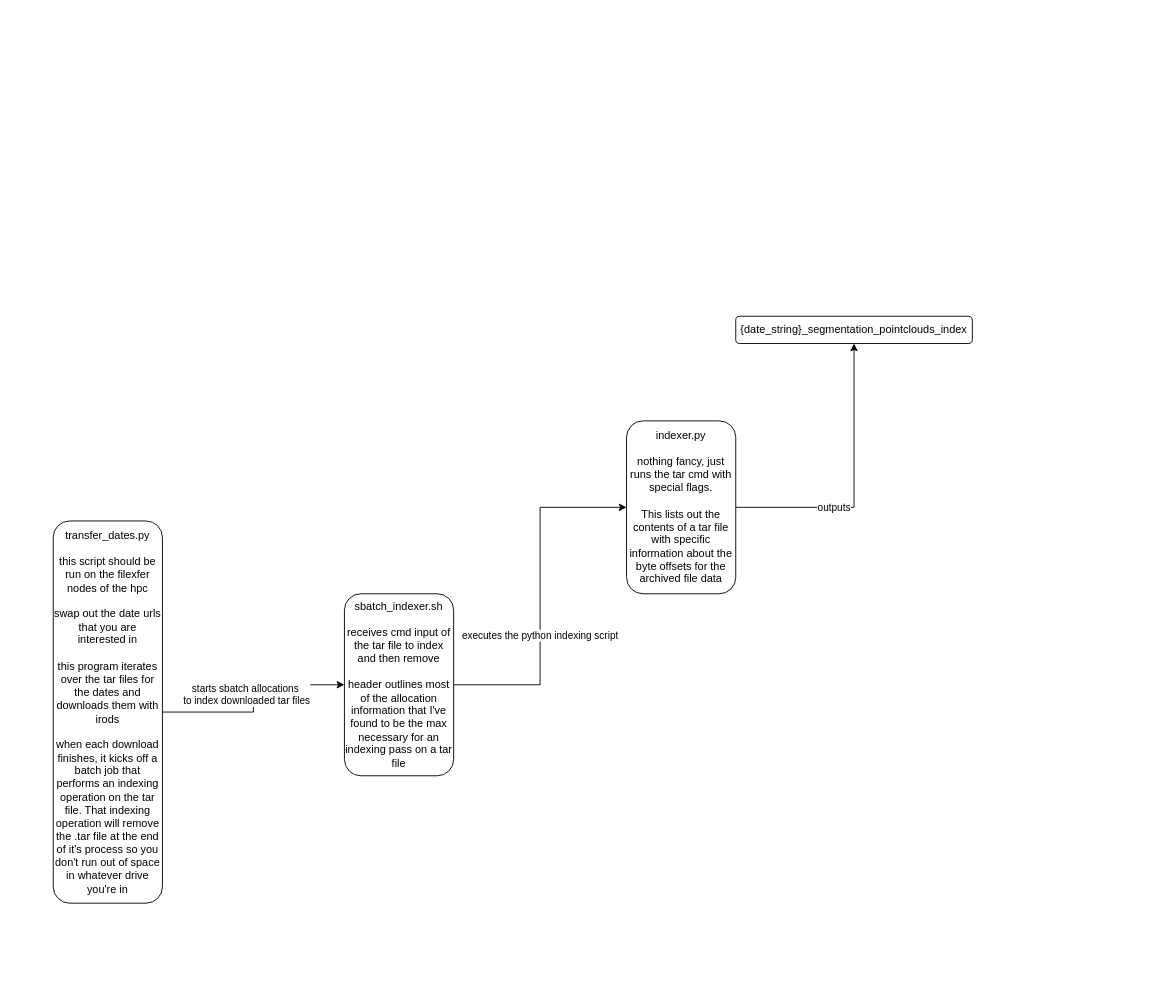
Above: diagrams/Untitled Diagram.drawio in DevinBayly/diagrams-net (draw.io), before the change. Source tidied: cells renumbered, new cells numbered last; positions are measured from the earlier drawing's top-left corner, leaving out a move shared by most shapes. Both pictures are drawn from the tidied source at 91%, with x=0, y=0 at pixel (53, 316).
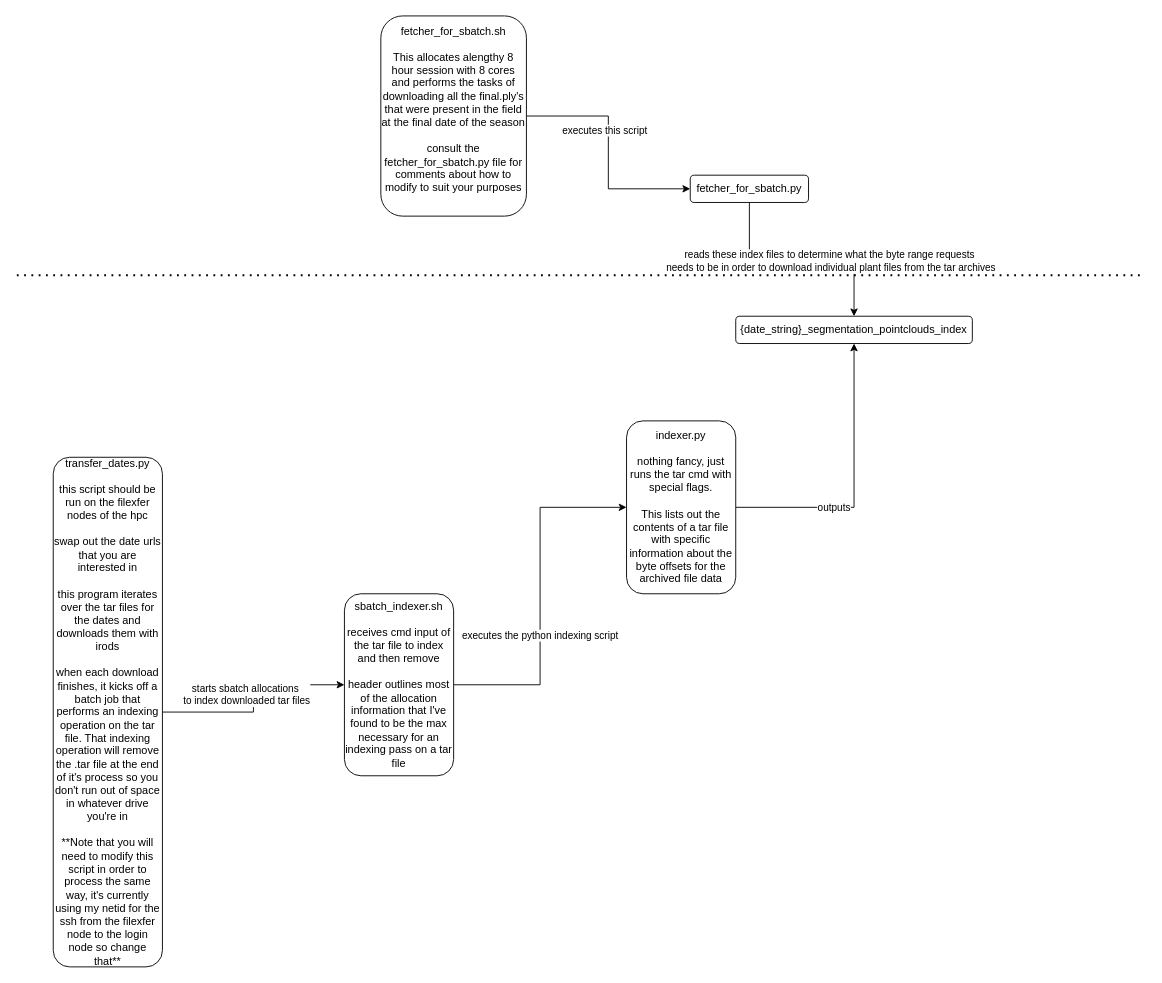
Above is the later version.

Commit message:
individual file download scripts explained too

The change refers to these unchanged cells:
```xml
<mxCell id="9" value="{date_string}_segmentation_pointclouds_index" style="rounded=1;whiteSpace=wrap;html=1;fixedWidth=1;" parent="1" vertex="1">
  <mxGeometry x="750" width="260" height="30" as="geometry" />
</mxCell>
```

What changed in the source:
```diff
@@
-    <mxCell id="8" value="&lt;div&gt;transfer_dates.py&lt;/div&gt;&lt;div&gt;&lt;br&gt;&lt;/div&gt;&lt;div&gt;this script should be run on the filexfer nodes of the hpc&lt;/div&gt;&lt;div&gt;&lt;br&gt;&lt;/div&gt;&lt;div&gt;swap out the date urls that you are interested in&lt;/div&gt;&lt;div&gt;&lt;br&gt;&lt;/div&gt;&lt;div&gt;this program iterates over the tar files for the dates and downloads them with irods&lt;/div&gt;&lt;div&gt;&lt;br&gt;&lt;/div&gt;&lt;div&gt;when each download finishes, it kicks off a batch job that performs an indexing operation on the tar file. That indexing operation will remove the .tar file at the end of it's process so you don't run out of space in whatever drive you're in&lt;br&gt;&lt;/div&gt;" style="rounded=1;whiteSpace=wrap;html=1;fixedWidth=1;" parent="1" vertex="1">
-      <mxGeometry y="225" width="120" height="420" as="geometry" />
+    <mxCell id="8" value="&lt;div&gt;transfer_dates.py&lt;/div&gt;&lt;div&gt;&lt;br&gt;&lt;/div&gt;&lt;div&gt;this script should be run on the filexfer nodes of the hpc&lt;/div&gt;&lt;div&gt;&lt;br&gt;&lt;/div&gt;&lt;div&gt;swap out the date urls that you are interested in&lt;/div&gt;&lt;div&gt;&lt;br&gt;&lt;/div&gt;&lt;div&gt;this program iterates over the tar files for the dates and downloads them with irods&lt;/div&gt;&lt;div&gt;&lt;br&gt;&lt;/div&gt;&lt;div&gt;when each download finishes, it kicks off a batch job that performs an indexing operation on the tar file. That indexing operation will remove the .tar file at the end of it's process so you don't run out of space in whatever drive you're in&lt;/div&gt;&lt;div&gt;&lt;br&gt;&lt;/div&gt;&lt;div&gt;**Note that you will need to modify this script in order to process the same way, it's currently using my netid for the ssh from the filexfer node to the login node so change that**&lt;br&gt;&lt;/div&gt;" style="rounded=1;whiteSpace=wrap;html=1;fixedWidth=1;" parent="1" vertex="1">
+      <mxGeometry y="155" width="120" height="560" as="geometry" />
     </mxCell>
@@
+    <mxCell id="12" style="edgeStyle=orthogonalEdgeStyle;rounded=0;jettySize=auto;html=1;" parent="1" edge="1" source="14" target="9">
+      <mxGeometry relative="1" as="geometry" />
+    </mxCell>
+    <mxCell id="13" value="&lt;div&gt;reads these index files to determine what the byte range requests&lt;/div&gt;&lt;div&gt;&amp;nbsp;needs to be in order to download individual plant files from the tar archives&lt;/div&gt;" style="edgeLabel;html=1;align=center;verticalAlign=middle;" parent="12" vertex="1">
+      <mxGeometry x="0.25" y="-2" relative="1" as="geometry" />
+    </mxCell>
+    <mxCell id="14" value="&lt;div&gt;fetcher_for_sbatch.py&lt;/div&gt;" style="rounded=1;whiteSpace=wrap;html=1;fixedWidth=1;" parent="1" vertex="1">
+      <mxGeometry x="700" y="-155" width="130" height="30" as="geometry" />
+    </mxCell>
+    <mxCell id="15" style="edgeStyle=orthogonalEdgeStyle;rounded=0;jettySize=auto;html=1;entryX=0;entryY=0.5;entryDx=0;entryDy=0;" parent="1" edge="1" source="17" target="14">
+      <mxGeometry relative="1" as="geometry" />
+    </mxCell>
+    <mxCell id="16" value="executes this script" style="edgeLabel;html=1;align=center;verticalAlign=middle;" parent="15" vertex="1">
+      <mxGeometry x="-0.19" y="-5" relative="1" as="geometry" />
+    </mxCell>
+    <mxCell id="17" value="&lt;div&gt;fetcher_for_sbatch.sh&lt;/div&gt;&lt;div&gt;&lt;br&gt;&lt;/div&gt;&lt;div&gt;This allocates alengthy 8 hour session with 8 cores and performs the tasks of downloading all the final.ply's that were present in the field at the final date of the season&lt;/div&gt;&lt;div&gt;&lt;br&gt;&lt;/div&gt;&lt;div&gt;consult the fetcher_for_sbatch.py file for comments about how to modify to suit your purposes&lt;/div&gt;&lt;div&gt;&lt;br&gt;&lt;/div&gt;" style="rounded=1;whiteSpace=wrap;html=1;fixedWidth=1;" parent="1" vertex="1">
+      <mxGeometry x="360" y="-330" width="160" height="220" as="geometry" />
+    </mxCell>
+    <mxCell id="18" style="endArrow=none;dashed=1;html=1;dashPattern=1 3;strokeWidth=2;rounded=0;" parent="1" edge="1">
+      <mxGeometry relative="1" as="geometry">
+        <mxPoint x="-40" y="-45" as="sourcePoint" />
+        <mxPoint x="1200" y="-45" as="targetPoint" />
+      </mxGeometry>
+    </mxCell>
```
